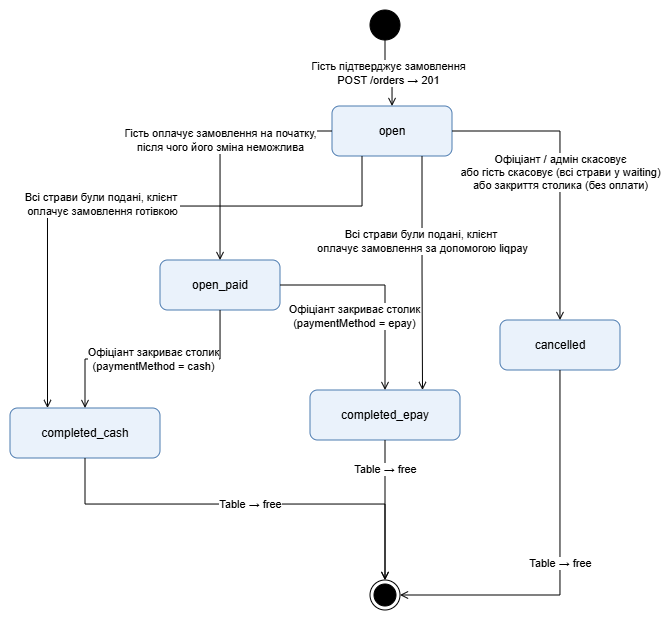
The draw.io diagram docs/SRS diagrams/state_order.png in NureTokarDenys/QR-Rest, before a commit. Source tidied: cells renumbered, new cells last; positions are measured from the earlier drawing's top-left corner, leaving out a move shared by most shapes. The source it was exported from:
```xml
<mxGraphModel background="#ffffff">
  <root>
    <mxCell id="0" />
    <mxCell id="1" parent="0" />
    <mxCell id="2" style="ellipse;html=1;fillColor=#000000;strokeColor=#000000;" parent="1" vertex="1">
      <mxGeometry x="360" width="30" height="30" as="geometry" />
    </mxCell>
    <mxCell id="3" value="open" style="rounded=1;whiteSpace=wrap;html=1;fillColor=#EAF2FB;strokeColor=#4C7BB0;" parent="1" vertex="1">
      <mxGeometry x="322" y="96" width="120" height="50" as="geometry" />
    </mxCell>
    <mxCell id="4" value="open_paid" style="rounded=1;whiteSpace=wrap;html=1;fillColor=#EAF2FB;strokeColor=#4C7BB0;" parent="1" vertex="1">
      <mxGeometry x="150" y="250" width="120" height="50" as="geometry" />
    </mxCell>
    <mxCell id="5" value="cancelled" style="rounded=1;whiteSpace=wrap;html=1;fillColor=#EAF2FB;strokeColor=#4C7BB0;" parent="1" vertex="1">
      <mxGeometry x="490" y="310" width="120" height="50" as="geometry" />
    </mxCell>
    <mxCell id="6" value="completed_cash" style="rounded=1;whiteSpace=wrap;html=1;fillColor=#EAF2FB;strokeColor=#4C7BB0;" parent="1" vertex="1">
      <mxGeometry y="398" width="150" height="50" as="geometry" />
    </mxCell>
    <mxCell id="7" value="completed_epay" style="rounded=1;whiteSpace=wrap;html=1;fillColor=#EAF2FB;strokeColor=#4C7BB0;" parent="1" vertex="1">
      <mxGeometry x="300" y="380" width="150" height="50" as="geometry" />
    </mxCell>
    <mxCell id="8" style="ellipse;html=1;shape=endState;fillColor=#000000;strokeColor=#000000;" parent="1" vertex="1">
      <mxGeometry x="360" y="570" width="30" height="30" as="geometry" />
    </mxCell>
    <mxCell id="9" value="Гість підтверджує замовлення&#10;POST /orders → 201" style="edgeStyle=orthogonalEdgeStyle;rounded=0;html=1;endArrow=open;endFill=0;" parent="1" edge="1" source="2" target="3">
      <mxGeometry relative="1" as="geometry" />
    </mxCell>
    <mxCell id="10" value="Гість оплачує замовлення на початку,&#10;після чого його зміна неможлива" style="edgeStyle=orthogonalEdgeStyle;rounded=0;html=1;endArrow=open;endFill=0;" parent="1" edge="1" source="3" target="4">
      <mxGeometry relative="1" as="geometry" />
    </mxCell>
    <mxCell id="11" value="Офіціант / адмін скасовує&#10;або гість скасовує (всі страви у waiting)&#10;або закриття столика (без оплати)" style="edgeStyle=orthogonalEdgeStyle;rounded=0;html=1;endArrow=open;endFill=0;" parent="1" edge="1" source="3" target="5">
      <mxGeometry relative="1" as="geometry" />
    </mxCell>
    <mxCell id="12" value="Офіціант закриває столик&#10;(paymentMethod = cash)" style="edgeStyle=orthogonalEdgeStyle;rounded=0;html=1;endArrow=open;endFill=0;" parent="1" edge="1" source="4" target="6">
      <mxGeometry relative="1" as="geometry" />
    </mxCell>
    <mxCell id="13" value="Офіціант закриває столик&#10;(paymentMethod = epay)" style="edgeStyle=orthogonalEdgeStyle;rounded=0;html=1;endArrow=open;endFill=0;" parent="1" edge="1" source="4" target="7">
      <mxGeometry x="0.3" y="-31" relative="1" as="geometry" />
    </mxCell>
    <mxCell id="14" value="Table → free" style="edgeStyle=orthogonalEdgeStyle;rounded=0;html=1;endArrow=open;endFill=0;" parent="1" edge="1" source="6" target="8">
      <mxGeometry relative="1" as="geometry">
        <Array as="points">
          <mxPoint x="75" y="494" />
          <mxPoint x="375" y="494" />
        </Array>
      </mxGeometry>
    </mxCell>
    <mxCell id="15" value="Table → free" style="edgeStyle=orthogonalEdgeStyle;rounded=0;html=1;endArrow=open;endFill=0;" parent="1" edge="1" source="7" target="8">
      <mxGeometry x="-0.58" relative="1" as="geometry" />
    </mxCell>
    <mxCell id="16" value="Table → free" style="edgeStyle=orthogonalEdgeStyle;rounded=0;html=1;endArrow=open;endFill=0;" parent="1" edge="1" source="5" target="8">
      <mxGeometry relative="1" as="geometry">
        <Array as="points">
          <mxPoint x="550" y="585" />
        </Array>
      </mxGeometry>
    </mxCell>
    <mxCell id="17" value="Всі страви були подані, клієнт&amp;nbsp;&lt;div&gt;оплачує замовлення за допомогою liqpay&lt;/div&gt;" style="edgeStyle=orthogonalEdgeStyle;rounded=0;html=1;endArrow=open;endFill=0;exitX=0.75;exitY=1;exitDx=0;exitDy=0;entryX=0.75;entryY=0;entryDx=0;entryDy=0;" parent="1" edge="1" source="3" target="7">
      <mxGeometry x="-0.27" relative="1" as="geometry" />
    </mxCell>
    <mxCell id="18" value="Всі страви були подані, клієнт&amp;nbsp;&lt;div&gt;оплачує замовлення готівкою&lt;/div&gt;" style="edgeStyle=orthogonalEdgeStyle;rounded=0;html=1;endArrow=open;endFill=0;exitX=0.25;exitY=1;exitDx=0;exitDy=0;entryX=0.25;entryY=0;entryDx=0;entryDy=0;" parent="1" edge="1" source="3" target="6">
      <mxGeometry x="0.09" y="-2" relative="1" as="geometry">
        <Array as="points">
          <mxPoint x="352" y="196" />
          <mxPoint x="37" y="196" />
        </Array>
      </mxGeometry>
    </mxCell>
  </root>
</mxGraphModel>
```
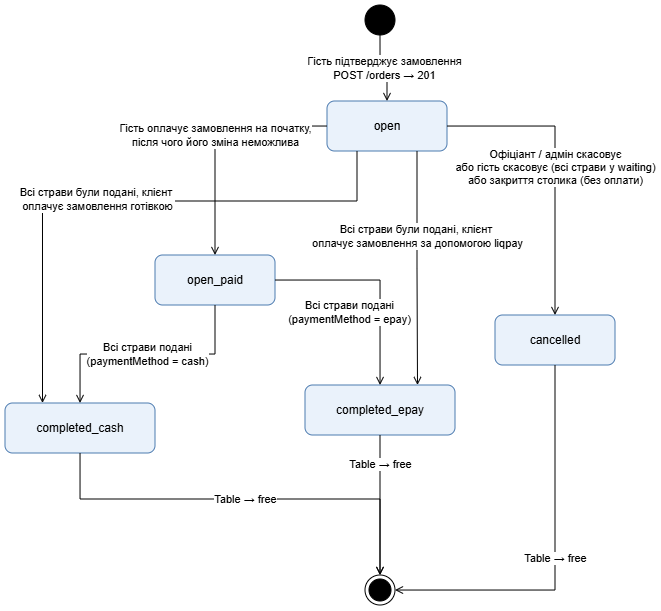
The same file after the commit.

Diff of the diagram source:
```diff
@@ -32,10 +32,10 @@
     <mxCell id="11" value="Офіціант / адмін скасовує&#10;або гість скасовує (всі страви у waiting)&#10;або закриття столика (без оплати)" style="edgeStyle=orthogonalEdgeStyle;rounded=0;html=1;endArrow=open;endFill=0;" parent="1" edge="1" source="3" target="5">
       <mxGeometry relative="1" as="geometry" />
     </mxCell>
-    <mxCell id="12" value="Офіціант закриває столик&#10;(paymentMethod = cash)" style="edgeStyle=orthogonalEdgeStyle;rounded=0;html=1;endArrow=open;endFill=0;" parent="1" edge="1" source="4" target="6">
+    <mxCell id="12" value="Всі страви подані&lt;div&gt;(paymentMethod = cash)&lt;/div&gt;" style="edgeStyle=orthogonalEdgeStyle;rounded=0;html=1;endArrow=open;endFill=0;" parent="1" edge="1" source="4" target="6">
       <mxGeometry relative="1" as="geometry" />
     </mxCell>
-    <mxCell id="13" value="Офіціант закриває столик&#10;(paymentMethod = epay)" style="edgeStyle=orthogonalEdgeStyle;rounded=0;html=1;endArrow=open;endFill=0;" parent="1" edge="1" source="4" target="7">
+    <mxCell id="13" value="Всі страви подані&lt;br&gt;(paymentMethod = epay)" style="edgeStyle=orthogonalEdgeStyle;rounded=0;html=1;endArrow=open;endFill=0;" parent="1" edge="1" source="4" target="7">
       <mxGeometry x="0.3" y="-31" relative="1" as="geometry" />
     </mxCell>
     <mxCell id="14" value="Table → free" style="edgeStyle=orthogonalEdgeStyle;rounded=0;html=1;endArrow=open;endFill=0;" parent="1" edge="1" source="6" target="8">
```
